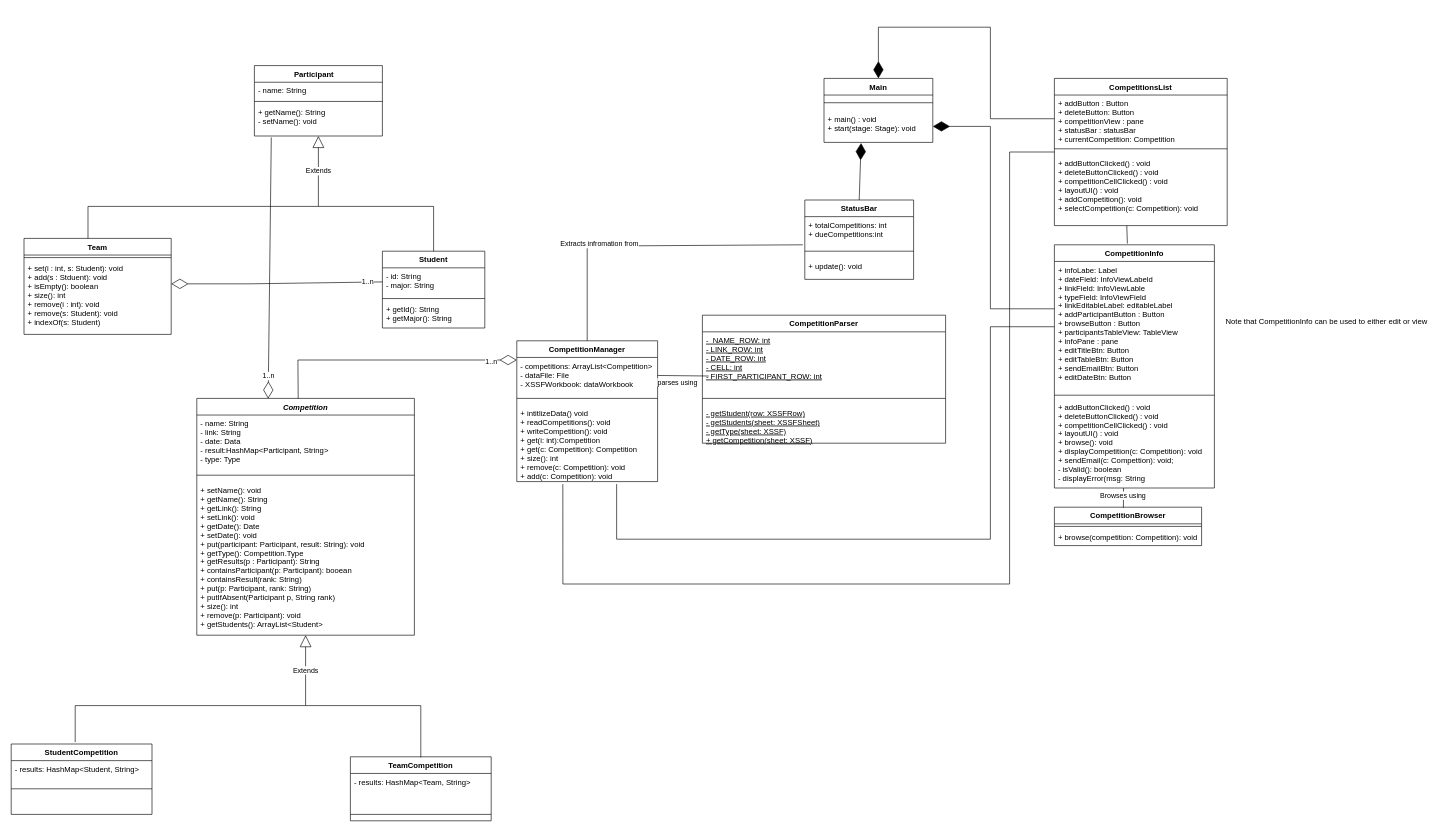
Before: docs/phase2/class-diagram.drawio in AbdullahAXR/Competition-tracker, a draw.io diagram. Source tidied: cells renumbered, new cells numbered last; positions are measured from the earlier drawing's top-left corner, leaving out a move shared by most shapes. Both pictures are drawn from the tidied source at 64%, with x=0, y=0 at pixel (11, 27).
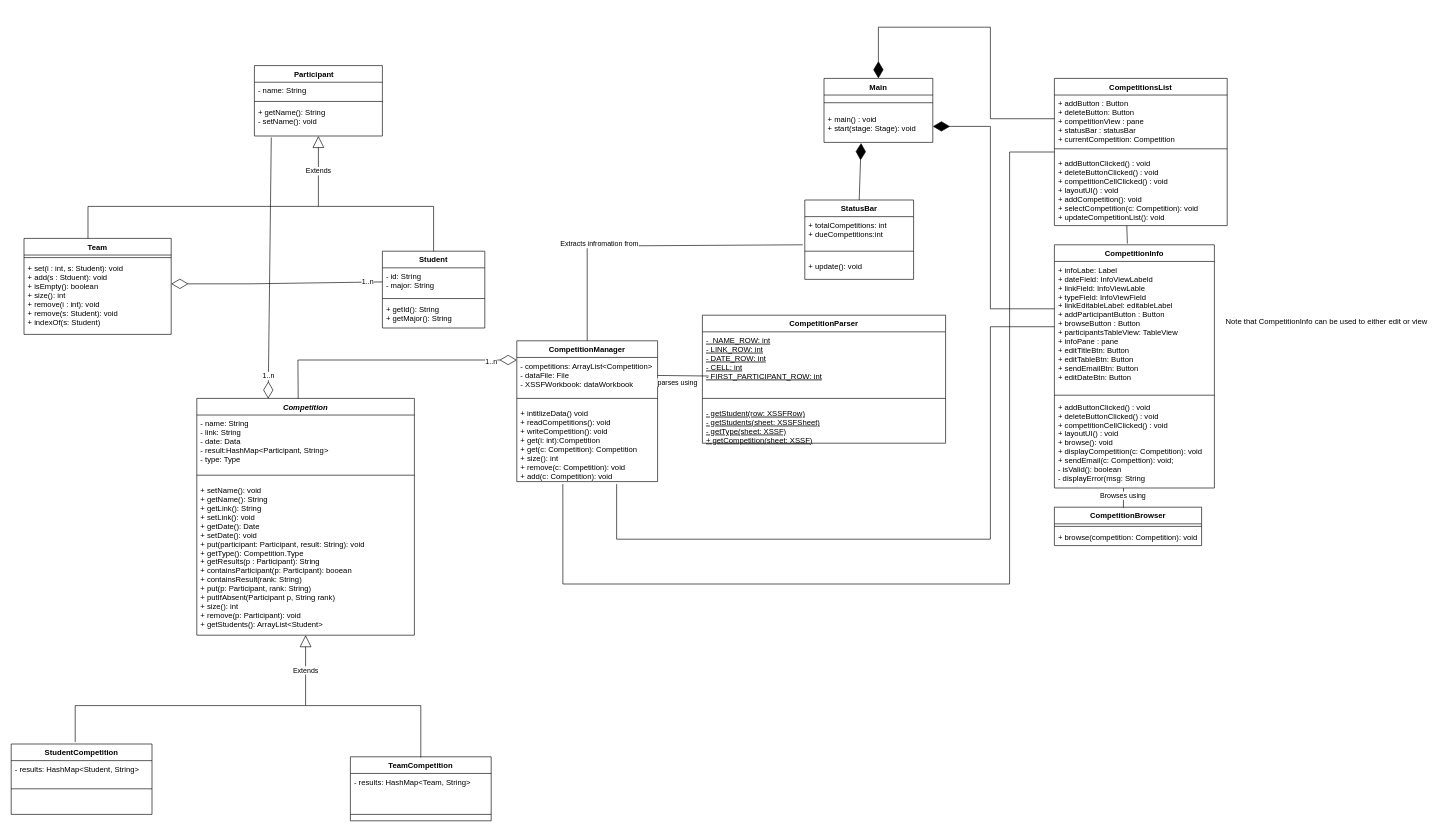
The same diagram, later.

Unchanged cells that the change refers to:
```xml
<mxCell id="5" value="CompetitionsList" style="swimlane;fontStyle=1;align=center;verticalAlign=top;horizontal=1;startSize=26;" parent="1" vertex="1">
  <mxGeometry x="1630" y="80" width="270" height="230" as="geometry" />
</mxCell>
```

Diff of the diagram source:
```diff
@@
-    <mxCell id="8" value="+ addButtonClicked() : void&#10;+ deleteButtonClicked() : void&#10;+ competitionCellClicked() : void&#10;+ layoutUI() : void&#10;+ addCompetition(): void&#10;+ selectCompetition(c: Competition): void&#10;&#10;&#10;&#10;" style="text;strokeColor=none;fillColor=none;align=left;verticalAlign=top;spacingLeft=4;spacingRight=4;overflow=hidden;points=[[0,0.5],[1,0.5]];portConstraint=eastwest;" parent="5" vertex="1">
+    <mxCell id="8" value="+ addButtonClicked() : void&#10;+ deleteButtonClicked() : void&#10;+ competitionCellClicked() : void&#10;+ layoutUI() : void&#10;+ addCompetition(): void&#10;+ selectCompetition(c: Competition): void&#10;+ updateCompetitionList(): void&#10;&#10;&#10;&#10;&#10;" style="text;strokeColor=none;fillColor=none;align=left;verticalAlign=top;spacingLeft=4;spacingRight=4;overflow=hidden;points=[[0,0.5],[1,0.5]];portConstraint=eastwest;" parent="5" vertex="1">
       <mxGeometry y="120" width="270" height="110" as="geometry" />
     </mxCell>
```
